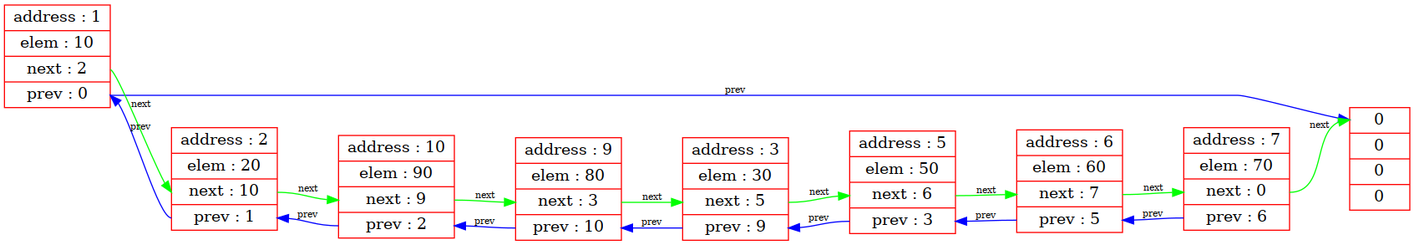
Before: StructList/graphviz.png, a diagram exported from Graphviz (vihlancevk/List). Its source is kept beside it as StructList/graphviz.gv.
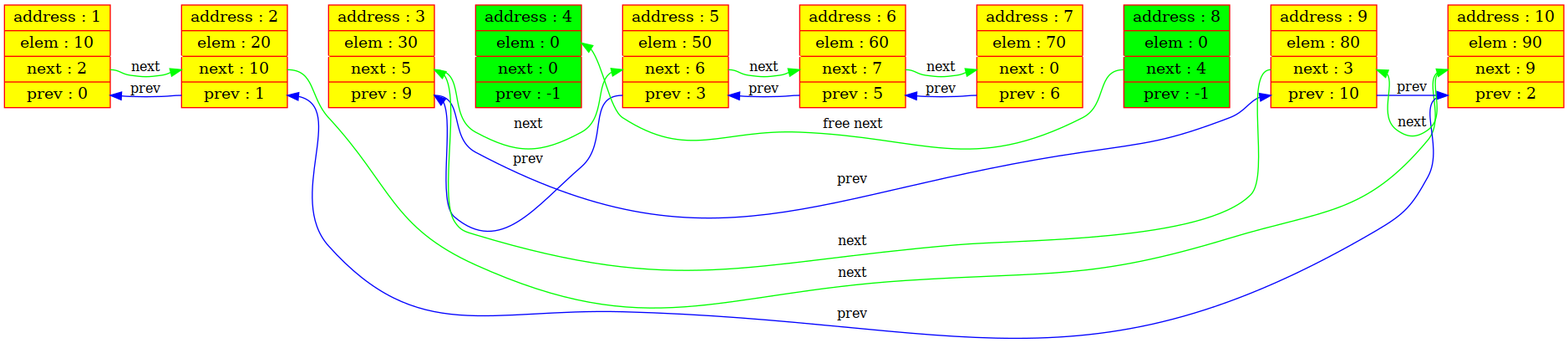
The same file after the commit.

The edit, as a diff of the source:
```diff
@@ -4,32 +4,45 @@
 
 	node[color="red",fontsize=14];
 
-	0[shape=record,label="<0> 0 | <0> 0 | <0> 0 | <0> 0"];
-	1[shape=record,label="<1> address : 1 | <10> elem : 10 | <2> next : 2 | <0> prev : 0"];
-	2[shape=record,label="<2> address : 2 | <20> elem : 20 | <10> next : 10 | <1> prev : 1"];
-	3[shape=record,label="<3> address : 3 | <30> elem : 30 | <5> next : 5 | <9> prev : 9"];
-	5[shape=record,label="<5> address : 5 | <50> elem : 50 | <6> next : 6 | <3> prev : 3"];
-	6[shape=record,label="<6> address : 6 | <60> elem : 60 | <7> next : 7 | <5> prev : 5"];
-	7[shape=record,label="<7> address : 7 | <70> elem : 70 | <0> next : 0 | <6> prev : 6"];
-	9[shape=record,label="<9> address : 9 | <80> elem : 80 | <3> next : 3 | <10> prev : 10"];
-	10[shape=record,label="<10> address : 10 | <90> elem : 90 | <9> next : 9 | <2> prev : 2"];
+	1[shape=record, style="filled", fillcolor=yellow, label="<1> address : 1 | <10> elem : 10 | <2> next : 2 | <0> prev : 0"];
+	2[shape=record, style="filled", fillcolor=yellow, label="<2> address : 2 | <20> elem : 20 | <10> next : 10 | <1> prev : 1"];
+	3[shape=record, style="filled", fillcolor=yellow, label="<3> address : 3 | <30> elem : 30 | <5> next : 5 | <9> prev : 9"];
+	4[shape=record, style="filled", fillcolor=green, label="<4> address : 4 | <0> elem : 0 | <0> next : 0 | <-1> prev : -1"];
+	5[shape=record, style="filled", fillcolor=yellow, label="<5> address : 5 | <50> elem : 50 | <6> next : 6 | <3> prev : 3"];
+	6[shape=record, style="filled", fillcolor=yellow, label="<6> address : 6 | <60> elem : 60 | <7> next : 7 | <5> prev : 5"];
+	7[shape=record, style="filled", fillcolor=yellow, label="<7> address : 7 | <70> elem : 70 | <0> next : 0 | <6> prev : 6"];
+	8[shape=record, style="filled", fillcolor=green, label="<8> address : 8 | <0> elem : 0 | <4> next : 4 | <-1> prev : -1"];
+	9[shape=record, style="filled", fillcolor=yellow, label="<9> address : 9 | <80> elem : 80 | <3> next : 3 | <10> prev : 10"];
+	10[shape=record, style="filled", fillcolor=yellow, label="<10> address : 10 | <90> elem : 90 | <9> next : 9 | <2> prev : 2"];
 
-	1 : 2 -> 2 : 10[color="green", label="next", fontsize=8];
-	2 : 10 -> 10 : 9[color="green", label="next", fontsize=8];
-	10 : 9 -> 9 : 3[color="green", label="next", fontsize=8];
-	9 : 3 -> 3 : 5[color="green", label="next", fontsize=8];
-	3 : 5 -> 5 : 6[color="green", label="next", fontsize=8];
-	5 : 6 -> 6 : 7[color="green", label="next", fontsize=8];
-	6 : 7 -> 7 : 0[color="green", label="next", fontsize=8];
-	7 : 0 -> 0 : 0[color="green", label="next", fontsize=8];
+	{
+		edge[color=white]
+		1 -> 2
+		2 -> 3
+		3 -> 4
+		4 -> 5
+		5 -> 6
+		6 -> 7
+		7 -> 8
+		8 -> 9
+		9 -> 10
+	}
 
-	7 : 6 ->6 : 5[color="blue", label="prev", fontsize=8];
-	6 : 5 ->5 : 3[color="blue", label="prev", fontsize=8];
-	5 : 3 ->3 : 9[color="blue", label="prev", fontsize=8];
-	3 : 9 ->9 : 10[color="blue", label="prev", fontsize=8];
-	9 : 10 ->10 : 2[color="blue", label="prev", fontsize=8];
-	10 : 2 ->2 : 1[color="blue", label="prev", fontsize=8];
-	2 : 1 ->1 : 0[color="blue", label="prev", fontsize=8];
-	1 : 0 ->0 : 0[color="blue", label="prev", fontsize=8];
+	1 : 2 -> 2 : 10[color="green", label="next", fontsize=12, constraint=false]
+	2 : 10 -> 10 : 9[color="green", label="next", fontsize=12, constraint=false]
+	3 : 5 -> 5 : 6[color="green", label="next", fontsize=12, constraint=false]
+	5 : 6 -> 6 : 7[color="green", label="next", fontsize=12, constraint=false]
+	6 : 7 -> 7 : 0[color="green", label="next", fontsize=12, constraint=false]
+	8 : 4 -> 4 : 0[color="green", label="free next", fontsize=12, constraint=false]
+	9 : 3 -> 3 : 5[color="green", label="next", fontsize=12, constraint=false]
+	10 : 9 -> 9 : 3[color="green", label="next", fontsize=12, constraint=false]
+
+	2 : 1 -> 1 : 0[color="blue", label="prev", fontsize=12, constraint=false]
+	3 : 9 -> 9 : 10[color="blue", label="prev", fontsize=12, constraint=false]
+	5 : 3 -> 3 : 9[color="blue", label="prev", fontsize=12, constraint=false]
+	6 : 5 -> 5 : 3[color="blue", label="prev", fontsize=12, constraint=false]
+	7 : 6 -> 6 : 5[color="blue", label="prev", fontsize=12, constraint=false]
+	9 : 10 -> 10 : 2[color="blue", label="prev", fontsize=12, constraint=false]
+	10 : 2 -> 2 : 1[color="blue", label="prev", fontsize=12, constraint=false]
 
 }
```
